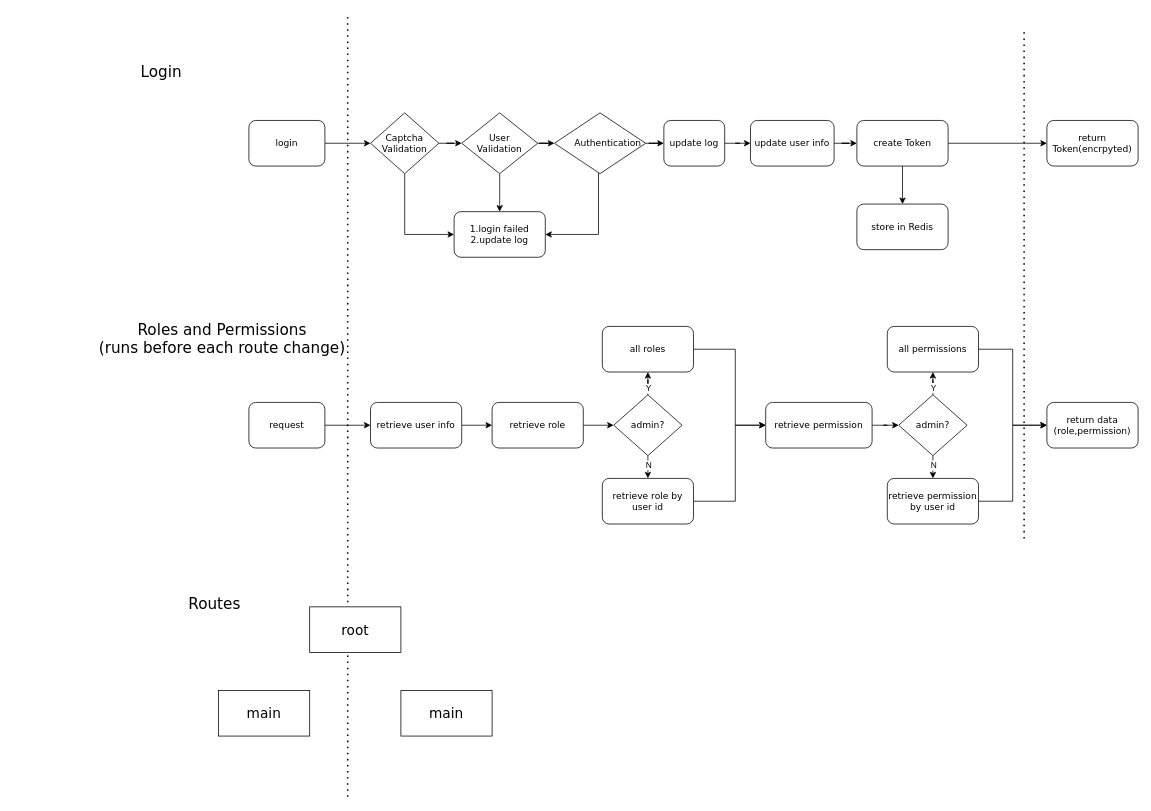
Earlier version of the draw.io diagram vendoraDesign.drawio (oasisHello/tensorly). Source tidied: cells renumbered, new cells numbered last; positions are measured from the earlier drawing's top-left corner, leaving out a move shared by most shapes. Both pictures are drawn from the tidied source at 76%, with x=0, y=0 at pixel (66, 14).
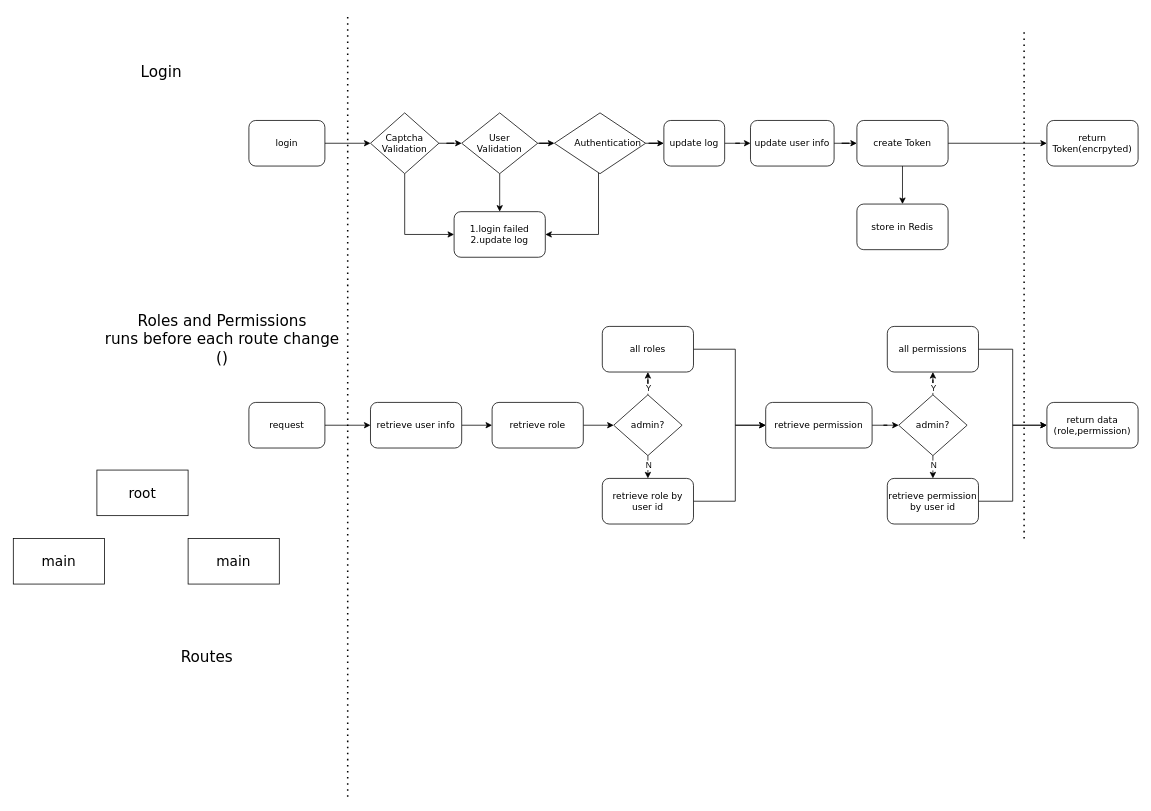
Above is the later version.

Commit message:
vendoraDesign.drawio を更新します

Diff of the diagram source:
```diff
@@
-    <mxCell id="26" value="&lt;font style=&quot;&quot; face=&quot;Verdana&quot;&gt;&lt;span style=&quot;font-size: 20px;&quot;&gt;Roles and Permissions&lt;/span&gt;&lt;br&gt;&lt;span style=&quot;font-size: 20px;&quot;&gt;(runs before each route change)&lt;/span&gt;&lt;/font&gt;" style="text;html=1;align=center;verticalAlign=middle;whiteSpace=wrap;rounded=0;" parent="1" vertex="1">
+    <mxCell id="26" value="&lt;font style=&quot;&quot; face=&quot;Verdana&quot;&gt;&lt;span style=&quot;font-size: 20px;&quot;&gt;Roles and Permissions&lt;br&gt;&lt;/span&gt;&lt;/font&gt;&lt;span style=&quot;font-family: Verdana; font-size: 20px;&quot;&gt;runs before each route change&lt;/span&gt;&lt;font style=&quot;&quot; face=&quot;Verdana&quot;&gt;&lt;br&gt;&lt;span style=&quot;font-size: 20px;&quot;&gt;()&lt;/span&gt;&lt;/font&gt;" style="text;html=1;align=center;verticalAlign=middle;whiteSpace=wrap;rounded=0;" parent="1" vertex="1">
       <mxGeometry x="10" y="392" width="390" height="69" as="geometry" />
     </mxCell>
@@
     <mxCell id="54" value="&lt;font face=&quot;Verdana&quot;&gt;&lt;span style=&quot;font-size: 20px;&quot;&gt;Routes&lt;/span&gt;&lt;/font&gt;" style="text;html=1;align=center;verticalAlign=middle;whiteSpace=wrap;rounded=0;" parent="1" vertex="1">
-      <mxGeometry y="740" width="390" height="69" as="geometry" />
+      <mxGeometry x="-10" y="810" width="390" height="69" as="geometry" />
     </mxCell>
     <mxCell id="55" value="root" style="rounded=0;whiteSpace=wrap;html=1;fontSize=18;fontFamily=Verdana;" parent="1" vertex="1">
-      <mxGeometry x="320" y="780" width="120" height="60" as="geometry" />
+      <mxGeometry x="40" y="600" width="120" height="60" as="geometry" />
     </mxCell>
     <mxCell id="56" value="main" style="rounded=0;whiteSpace=wrap;html=1;fontSize=18;fontFamily=Verdana;" parent="1" vertex="1">
-      <mxGeometry x="200" y="890" width="120" height="60" as="geometry" />
+      <mxGeometry x="-70" y="690" width="120" height="60" as="geometry" />
     </mxCell>
     <mxCell id="57" value="main" style="rounded=0;whiteSpace=wrap;html=1;fontSize=18;fontFamily=Verdana;" parent="1" vertex="1">
-      <mxGeometry x="440" y="890" width="120" height="60" as="geometry" />
+      <mxGeometry x="160" y="690" width="120" height="60" as="geometry" />
     </mxCell>
```
